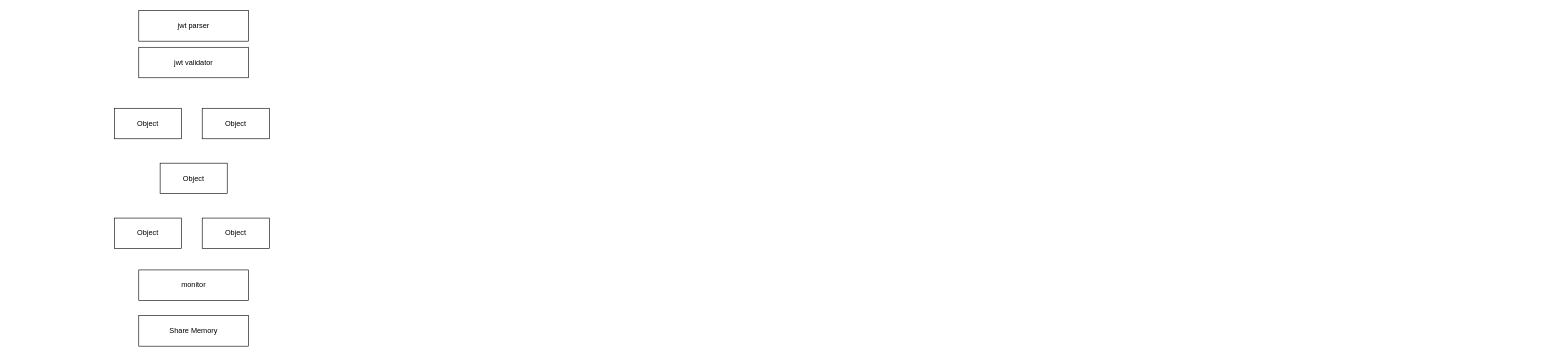
This is nginx.drawio from Adamlixi/adamblog.github.io, a draw.io file, before an edit. Source tidied: cells renumbered, new cells numbered last; positions are measured from the earlier drawing's top-left corner, leaving out a move shared by most shapes. Both pictures are drawn from the tidied source at 61%, with x=0, y=0 at pixel (114, 10).
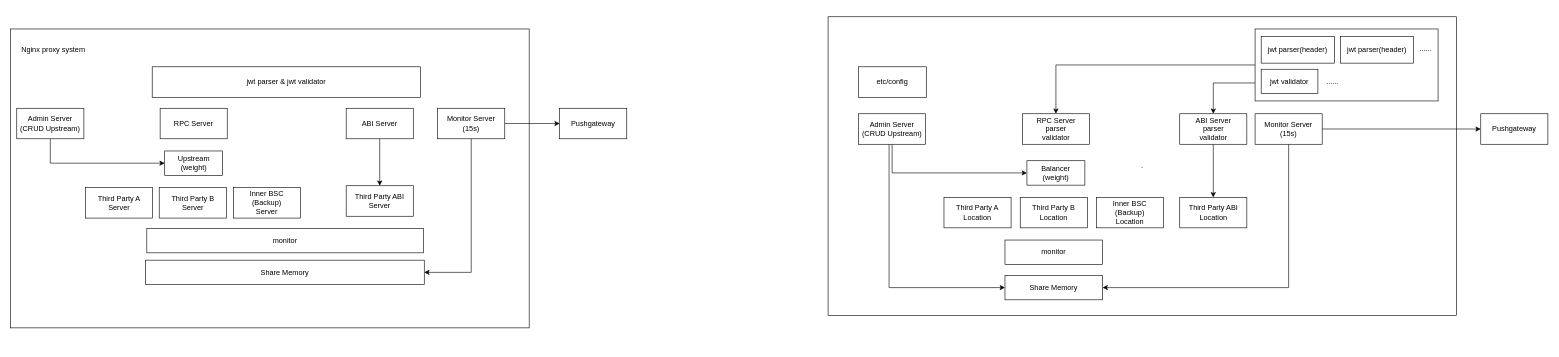
After the change.

Change to the diagram source:
```diff
@@
-    <mxCell id="2" value="jwt&amp;nbsp;validator" style="html=1;whiteSpace=wrap;" parent="1" vertex="1">
-      <mxGeometry x="40" y="60" width="180" height="50" as="geometry" />
-    </mxCell>
+    <mxCell id="11" value="." style="html=1;whiteSpace=wrap;" parent="1" vertex="1">
+      <mxGeometry x="1170" y="10" width="1030" height="490" as="geometry" />
+    </mxCell>
+    <mxCell id="12" style="html=1;whiteSpace=wrap;" parent="1" vertex="1">
+      <mxGeometry x="-170" y="30" width="850" height="490" as="geometry" />
+    </mxCell>
-    <mxCell id="3" value="jwt&amp;nbsp;parser" style="html=1;whiteSpace=wrap;" parent="1" vertex="1">
-      <mxGeometry x="40" width="180" height="50" as="geometry" />
+    <mxCell id="3" value="jwt&amp;nbsp;parser &amp;amp; jwt&amp;nbsp;validator" style="html=1;whiteSpace=wrap;" parent="1" vertex="1">
+      <mxGeometry x="62" y="92" width="440" height="50" as="geometry" />
     </mxCell>
-    <mxCell id="4" value="Object" style="html=1;whiteSpace=wrap;" parent="1" vertex="1">
-      <mxGeometry y="160" width="110" height="50" as="geometry" />
+    <mxCell id="4" value="RPC Server" style="html=1;whiteSpace=wrap;" parent="1" vertex="1">
+      <mxGeometry x="75" y="160" width="110" height="50" as="geometry" />
     </mxCell>
+    <mxCell id="13" style="edgeStyle=orthogonalEdgeStyle;rounded=0;jettySize=auto;html=1;exitX=0.5;exitY=1;exitDx=0;exitDy=0;entryX=0.5;entryY=0;entryDx=0;entryDy=0;" parent="1" edge="1" source="5" target="31">
+      <mxGeometry relative="1" as="geometry" />
+    </mxCell>
-    <mxCell id="5" value="Object" style="html=1;whiteSpace=wrap;" parent="1" vertex="1">
-      <mxGeometry x="144" y="160" width="110" height="50" as="geometry" />
+    <mxCell id="5" value="ABI Server" style="html=1;whiteSpace=wrap;" parent="1" vertex="1">
+      <mxGeometry x="380" y="160" width="110" height="50" as="geometry" />
     </mxCell>
-    <mxCell id="6" value="Object" style="html=1;whiteSpace=wrap;" parent="1" vertex="1">
-      <mxGeometry x="75" y="250" width="110" height="50" as="geometry" />
+    <mxCell id="6" value="Upstream&lt;br&gt;(weight)" style="html=1;whiteSpace=wrap;" parent="1" vertex="1">
+      <mxGeometry x="82.5" y="230" width="95" height="40" as="geometry" />
     </mxCell>
-    <mxCell id="7" value="Object" style="html=1;whiteSpace=wrap;" parent="1" vertex="1">
-      <mxGeometry y="340" width="110" height="50" as="geometry" />
+    <mxCell id="7" value="Third Party A&lt;br&gt;Server" style="html=1;whiteSpace=wrap;" parent="1" vertex="1">
+      <mxGeometry x="-47.5" y="290" width="110" height="50" as="geometry" />
     </mxCell>
-    <mxCell id="8" value="Object" style="html=1;whiteSpace=wrap;" parent="1" vertex="1">
-      <mxGeometry x="144" y="340" width="110" height="50" as="geometry" />
+    <mxCell id="8" value="Third Party B&lt;br&gt;Server" style="html=1;whiteSpace=wrap;" parent="1" vertex="1">
+      <mxGeometry x="73.5" y="290" width="110" height="50" as="geometry" />
     </mxCell>
     <mxCell id="9" value="monitor" style="html=1;whiteSpace=wrap;" parent="1" vertex="1">
-      <mxGeometry x="40" y="425" width="180" height="50" as="geometry" />
+      <mxGeometry x="53.2" y="357" width="453.5" height="40" as="geometry" />
     </mxCell>
     <mxCell id="10" value="Share Memory" style="html=1;whiteSpace=wrap;" parent="1" vertex="1">
-      <mxGeometry x="40" y="500" width="180" height="50" as="geometry" />
+      <mxGeometry x="51.2" y="409" width="456.8" height="40" as="geometry" />
     </mxCell>
+    <mxCell id="14" value="Inner BSC&lt;br&gt;(Backup)&lt;br&gt;Server" style="html=1;whiteSpace=wrap;" parent="1" vertex="1">
+      <mxGeometry x="195" y="290" width="110" height="50" as="geometry" />
+    </mxCell>
+    <mxCell id="15" style="edgeStyle=orthogonalEdgeStyle;rounded=0;jettySize=auto;html=1;exitX=0.5;exitY=1;exitDx=0;exitDy=0;entryX=1;entryY=0.5;entryDx=0;entryDy=0;" parent="1" edge="1" source="17" target="10">
+      <mxGeometry relative="1" as="geometry" />
+    </mxCell>
+    <mxCell id="16" style="edgeStyle=orthogonalEdgeStyle;rounded=0;jettySize=auto;html=1;exitX=1;exitY=0.5;exitDx=0;exitDy=0;entryX=0;entryY=0.5;entryDx=0;entryDy=0;" parent="1" edge="1" source="17" target="34">
+      <mxGeometry relative="1" as="geometry" />
+    </mxCell>
+    <mxCell id="17" value="Monitor Server&lt;br&gt;(15s)" style="html=1;whiteSpace=wrap;" parent="1" vertex="1">
+      <mxGeometry x="530" y="160" width="110" height="50" as="geometry" />
+    </mxCell>
+    <mxCell id="18" value="RPC Server&lt;br&gt;parser&lt;br&gt;validator" style="html=1;whiteSpace=wrap;" parent="1" vertex="1">
+      <mxGeometry x="1488.5" y="169" width="110" height="50" as="geometry" />
+    </mxCell>
+    <mxCell id="19" style="edgeStyle=orthogonalEdgeStyle;rounded=0;jettySize=auto;html=1;" parent="1" edge="1" source="20" target="30">
+      <mxGeometry relative="1" as="geometry" />
+    </mxCell>
+    <mxCell id="20" value="ABI Server&lt;br&gt;parser&lt;br style=&quot;border-color: var(--border-color);&quot;&gt;validator" style="html=1;whiteSpace=wrap;" parent="1" vertex="1">
+      <mxGeometry x="1746.5" y="169" width="110" height="50" as="geometry" />
+    </mxCell>
+    <mxCell id="21" value="Balancer&lt;br&gt;(weight)" style="html=1;whiteSpace=wrap;" parent="1" vertex="1">
+      <mxGeometry x="1496" y="246" width="95" height="40" as="geometry" />
+    </mxCell>
+    <mxCell id="22" value="Third Party A&lt;br&gt;Location" style="html=1;whiteSpace=wrap;" parent="1" vertex="1">
+      <mxGeometry x="1360" y="306" width="110" height="50" as="geometry" />
+    </mxCell>
+    <mxCell id="23" value="Third Party B&lt;br&gt;Location" style="html=1;whiteSpace=wrap;" parent="1" vertex="1">
+      <mxGeometry x="1485" y="306" width="110" height="50" as="geometry" />
+    </mxCell>
+    <mxCell id="24" value="monitor" style="html=1;whiteSpace=wrap;" parent="1" vertex="1">
+      <mxGeometry x="1460" y="376" width="160" height="40" as="geometry" />
+    </mxCell>
+    <mxCell id="25" value="Share Memory" style="html=1;whiteSpace=wrap;" parent="1" vertex="1">
+      <mxGeometry x="1460" y="434" width="160" height="40" as="geometry" />
+    </mxCell>
+    <mxCell id="26" value="Inner BSC&lt;br&gt;(Backup)&lt;br&gt;Location" style="html=1;whiteSpace=wrap;" parent="1" vertex="1">
+      <mxGeometry x="1610" y="306" width="110" height="50" as="geometry" />
+    </mxCell>
+    <mxCell id="27" style="edgeStyle=orthogonalEdgeStyle;rounded=0;jettySize=auto;html=1;exitX=0.5;exitY=1;exitDx=0;exitDy=0;entryX=1;entryY=0.5;entryDx=0;entryDy=0;" parent="1" edge="1" source="29" target="25">
+      <mxGeometry relative="1" as="geometry" />
+    </mxCell>
+    <mxCell id="28" style="edgeStyle=orthogonalEdgeStyle;rounded=0;jettySize=auto;html=1;" parent="1" edge="1" source="29" target="47">
+      <mxGeometry relative="1" as="geometry" />
+    </mxCell>
+    <mxCell id="29" value="Monitor Server&lt;br&gt;(15s)" style="html=1;whiteSpace=wrap;" parent="1" vertex="1">
+      <mxGeometry x="1870" y="169" width="110" height="50" as="geometry" />
+    </mxCell>
+    <mxCell id="30" value="Third Party ABI&lt;br&gt;Location" style="html=1;whiteSpace=wrap;" parent="1" vertex="1">
+      <mxGeometry x="1746.5" y="306" width="110" height="50" as="geometry" />
+    </mxCell>
+    <mxCell id="31" value="Third Party ABI&lt;br&gt;Server" style="html=1;whiteSpace=wrap;" parent="1" vertex="1">
+      <mxGeometry x="380" y="287" width="110" height="50" as="geometry" />
+    </mxCell>
+    <mxCell id="32" style="edgeStyle=orthogonalEdgeStyle;rounded=0;jettySize=auto;html=1;exitX=0.5;exitY=1;exitDx=0;exitDy=0;entryX=0;entryY=0.5;entryDx=0;entryDy=0;" parent="1" edge="1" source="33" target="6">
+      <mxGeometry relative="1" as="geometry" />
+    </mxCell>
+    <mxCell id="33" value="Admin Server&lt;br&gt;(CRUD Upstream)" style="html=1;whiteSpace=wrap;" parent="1" vertex="1">
+      <mxGeometry x="-160" y="160" width="110" height="50" as="geometry" />
+    </mxCell>
+    <mxCell id="34" value="Pushgateway" style="html=1;whiteSpace=wrap;" parent="1" vertex="1">
+      <mxGeometry x="730" y="160" width="110" height="50" as="geometry" />
+    </mxCell>
+    <mxCell id="35" value="Nginx proxy system" style="text;html=1;strokeColor=none;fillColor=none;align=center;verticalAlign=middle;whiteSpace=wrap;rounded=0;" parent="1" vertex="1">
+      <mxGeometry x="-160" y="50" width="120" height="30" as="geometry" />
+    </mxCell>
+    <mxCell id="36" style="edgeStyle=orthogonalEdgeStyle;rounded=0;jettySize=auto;html=1;entryX=0.5;entryY=0;entryDx=0;entryDy=0;" parent="1" edge="1" source="38" target="18">
+      <mxGeometry relative="1" as="geometry" />
+    </mxCell>
+    <mxCell id="37" style="edgeStyle=orthogonalEdgeStyle;rounded=0;jettySize=auto;html=1;exitX=0;exitY=0.75;exitDx=0;exitDy=0;entryX=0.5;entryY=0;entryDx=0;entryDy=0;" parent="1" edge="1" source="38" target="20">
+      <mxGeometry relative="1" as="geometry" />
+    </mxCell>
+    <mxCell id="38" style="rounded=0;whiteSpace=wrap;html=1;" parent="1" vertex="1">
+      <mxGeometry x="1870" y="30" width="300" height="118" as="geometry" />
+    </mxCell>
+    <mxCell id="39" style="edgeStyle=orthogonalEdgeStyle;rounded=0;jettySize=auto;html=1;entryX=0;entryY=0.5;entryDx=0;entryDy=0;" parent="1" edge="1" source="41" target="25">
+      <mxGeometry relative="1" as="geometry">
+        <Array as="points">
+          <mxPoint x="1270" y="454" />
+        </Array>
+      </mxGeometry>
+    </mxCell>
+    <mxCell id="40" style="edgeStyle=orthogonalEdgeStyle;rounded=0;jettySize=auto;html=1;entryX=0;entryY=0.5;entryDx=0;entryDy=0;" parent="1" edge="1" source="41" target="21">
+      <mxGeometry relative="1" as="geometry">
+        <Array as="points">
+          <mxPoint x="1370" y="266" />
+          <mxPoint x="1370" y="266" />
+        </Array>
+      </mxGeometry>
+    </mxCell>
+    <mxCell id="41" value="Admin Server&lt;br&gt;(CRUD Upstream)" style="html=1;whiteSpace=wrap;" parent="1" vertex="1">
+      <mxGeometry x="1220" y="169" width="110" height="50" as="geometry" />
+    </mxCell>
+    <mxCell id="42" value="etc/config" style="rounded=0;whiteSpace=wrap;html=1;" parent="1" vertex="1">
+      <mxGeometry x="1220" y="92" width="111" height="50" as="geometry" />
+    </mxCell>
+    <mxCell id="43" value="jwt&amp;nbsp;parser(header)" style="html=1;whiteSpace=wrap;" parent="1" vertex="1">
+      <mxGeometry x="1880" y="42" width="120" height="44" as="geometry" />
+    </mxCell>
+    <mxCell id="2" value="jwt&amp;nbsp;validator" style="html=1;whiteSpace=wrap;" parent="1" vertex="1">
+      <mxGeometry x="1880" y="96" width="93" height="40" as="geometry" />
+    </mxCell>
+    <mxCell id="44" value="......" style="text;html=1;strokeColor=none;fillColor=none;align=center;verticalAlign=middle;whiteSpace=wrap;rounded=0;" parent="1" vertex="1">
+      <mxGeometry x="2120" y="47" width="60" height="30" as="geometry" />
+    </mxCell>
+    <mxCell id="45" value="jwt&amp;nbsp;parser(header)" style="html=1;whiteSpace=wrap;" parent="1" vertex="1">
+      <mxGeometry x="2010" y="42" width="120" height="44" as="geometry" />
+    </mxCell>
+    <mxCell id="46" value="......" style="text;html=1;strokeColor=none;fillColor=none;align=center;verticalAlign=middle;whiteSpace=wrap;rounded=0;" parent="1" vertex="1">
+      <mxGeometry x="1967" y="101" width="60" height="30" as="geometry" />
+    </mxCell>
+    <mxCell id="47" value="Pushgateway" style="html=1;whiteSpace=wrap;" parent="1" vertex="1">
+      <mxGeometry x="2240" y="169" width="110" height="50" as="geometry" />
+    </mxCell>
```
